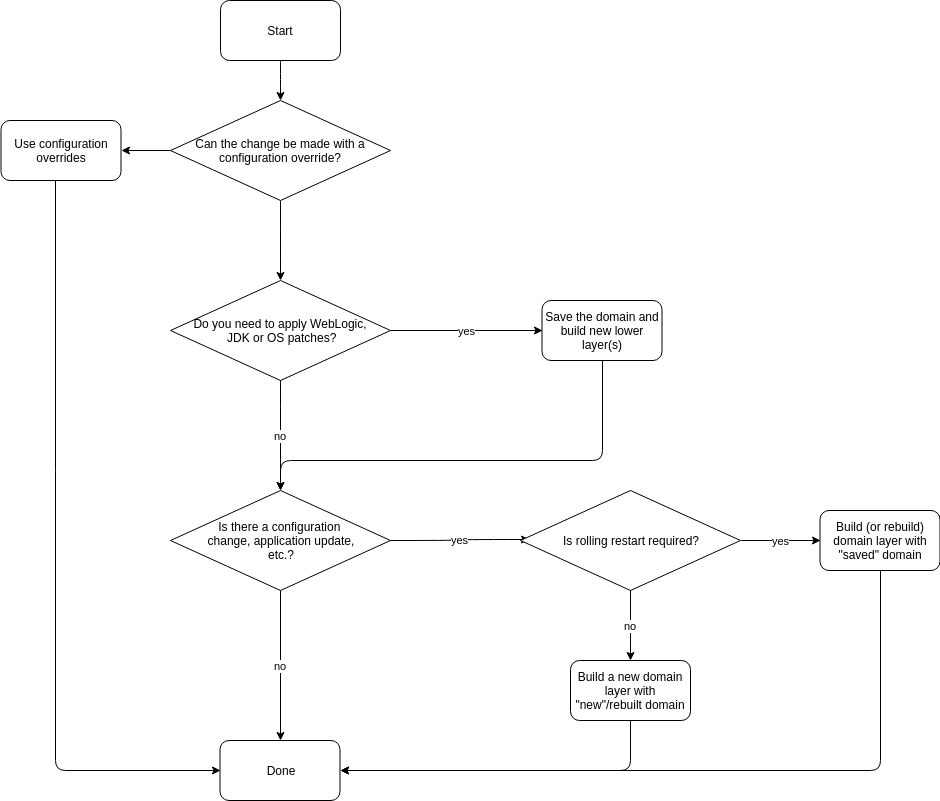
Before: docs-source/static/images/flowchart.png, a diagram exported from draw.io (oracle/weblogic-kubernetes-operator). Source tidied: cells renumbered, new cells last; positions are measured from the earlier drawing's top-left corner, leaving out a move shared by most shapes. Its diagram source:
```xml
<mxGraphModel>
  <root>
    <mxCell id="0" />
    <mxCell id="1" parent="0" />
    <mxCell id="2" style="edgeStyle=orthogonalEdgeStyle;curved=1;jettySize=auto;html=1;entryX=0.5;entryY=0;entryDx=0;entryDy=0;" parent="1" edge="1" source="3" target="6">
      <mxGeometry relative="1" as="geometry" />
    </mxCell>
    <mxCell id="3" value="Start" style="rounded=1;whiteSpace=wrap;html=1;" parent="1" vertex="1">
      <mxGeometry x="219" width="120" height="60" as="geometry" />
    </mxCell>
    <mxCell id="4" value="no" style="edgeStyle=orthogonalEdgeStyle;curved=1;jettySize=auto;html=1;entryX=0.5;entryY=0;entryDx=0;entryDy=0;" parent="1" edge="1" source="20" target="11">
      <mxGeometry relative="1" as="geometry" />
    </mxCell>
    <mxCell id="5" style="edgeStyle=orthogonalEdgeStyle;rounded=1;jettySize=auto;html=1;entryX=1;entryY=0.5;entryDx=0;entryDy=0;" parent="1" edge="1" source="6" target="8">
      <mxGeometry relative="1" as="geometry" />
    </mxCell>
    <mxCell id="6" value="Can the change be made with a configuration override?" style="rhombus;whiteSpace=wrap;html=1;" parent="1" vertex="1">
      <mxGeometry x="169" y="100" width="220" height="100" as="geometry" />
    </mxCell>
    <mxCell id="7" style="edgeStyle=orthogonalEdgeStyle;rounded=1;jettySize=auto;html=1;entryX=0;entryY=0.5;entryDx=0;entryDy=0;" parent="1" edge="1" source="8" target="24">
      <mxGeometry relative="1" as="geometry">
        <Array as="points">
          <mxPoint x="54" y="770" />
        </Array>
      </mxGeometry>
    </mxCell>
    <mxCell id="8" value="Use configuration overrides" style="rounded=1;whiteSpace=wrap;html=1;" parent="1" vertex="1">
      <mxGeometry x="-0.5" y="120" width="120" height="60" as="geometry" />
    </mxCell>
    <mxCell id="9" value="yes" style="edgeStyle=orthogonalEdgeStyle;curved=1;jettySize=auto;html=1;entryX=0.041;entryY=0.49;entryDx=0;entryDy=0;entryPerimeter=0;" parent="1" edge="1" source="11" target="16">
      <mxGeometry relative="1" as="geometry" />
    </mxCell>
    <mxCell id="10" value="no" style="edgeStyle=orthogonalEdgeStyle;rounded=1;jettySize=auto;html=1;entryX=0.5;entryY=0;entryDx=0;entryDy=0;" parent="1" edge="1" source="11" target="24">
      <mxGeometry relative="1" as="geometry" />
    </mxCell>
    <mxCell id="11" value="Is there a configuration &lt;br&gt;change, application update,&lt;br&gt;&amp;nbsp;etc.?&amp;nbsp;" style="rhombus;whiteSpace=wrap;html=1;" parent="1" vertex="1">
      <mxGeometry x="169" y="490" width="220" height="100" as="geometry" />
    </mxCell>
    <mxCell id="12" style="edgeStyle=orthogonalEdgeStyle;rounded=1;jettySize=auto;html=1;entryX=1;entryY=0.5;entryDx=0;entryDy=0;exitX=0.5;exitY=1;exitDx=0;exitDy=0;" parent="1" edge="1" source="13" target="24">
      <mxGeometry relative="1" as="geometry">
        <Array as="points">
          <mxPoint x="879" y="770" />
        </Array>
      </mxGeometry>
    </mxCell>
    <mxCell id="13" value="Build (or rebuild) domain layer with &quot;saved&quot; domain" style="rounded=1;whiteSpace=wrap;html=1;" parent="1" vertex="1">
      <mxGeometry x="818.5" y="510" width="120" height="60" as="geometry" />
    </mxCell>
    <mxCell id="14" value="yes" style="edgeStyle=orthogonalEdgeStyle;curved=1;jettySize=auto;html=1;entryX=0;entryY=0.5;entryDx=0;entryDy=0;" parent="1" edge="1" source="16" target="13">
      <mxGeometry relative="1" as="geometry" />
    </mxCell>
    <mxCell id="15" value="no" style="edgeStyle=orthogonalEdgeStyle;rounded=1;jettySize=auto;html=1;entryX=0.5;entryY=0;entryDx=0;entryDy=0;" parent="1" edge="1" source="16" target="18">
      <mxGeometry relative="1" as="geometry" />
    </mxCell>
    <mxCell id="16" value="Is rolling restart required?" style="rhombus;whiteSpace=wrap;html=1;" parent="1" vertex="1">
      <mxGeometry x="519" y="490" width="220" height="100" as="geometry" />
    </mxCell>
    <mxCell id="17" style="edgeStyle=orthogonalEdgeStyle;rounded=1;jettySize=auto;html=1;entryX=1;entryY=0.5;entryDx=0;entryDy=0;exitX=0.5;exitY=1;exitDx=0;exitDy=0;" parent="1" edge="1" source="18" target="24">
      <mxGeometry relative="1" as="geometry">
        <Array as="points">
          <mxPoint x="629" y="770" />
        </Array>
      </mxGeometry>
    </mxCell>
    <mxCell id="18" value="Build a new domain layer with &quot;new&quot;/rebuilt domain" style="rounded=1;whiteSpace=wrap;html=1;" parent="1" vertex="1">
      <mxGeometry x="569" y="660" width="120" height="60" as="geometry" />
    </mxCell>
    <mxCell id="19" value="yes" style="edgeStyle=orthogonalEdgeStyle;rounded=1;jettySize=auto;html=1;entryX=0;entryY=0.5;entryDx=0;entryDy=0;" parent="1" edge="1" source="20" target="23">
      <mxGeometry relative="1" as="geometry" />
    </mxCell>
    <mxCell id="20" value="Do you need to apply WebLogic,&lt;br&gt;&amp;nbsp;JDK or OS patches?" style="rhombus;whiteSpace=wrap;html=1;" parent="1" vertex="1">
      <mxGeometry x="169" y="280" width="220" height="100" as="geometry" />
    </mxCell>
    <mxCell id="21" style="edgeStyle=orthogonalEdgeStyle;curved=1;jettySize=auto;html=1;entryX=0.5;entryY=0;entryDx=0;entryDy=0;" parent="1" edge="1" source="6" target="20">
      <mxGeometry relative="1" as="geometry" />
    </mxCell>
    <mxCell id="22" style="edgeStyle=orthogonalEdgeStyle;rounded=1;jettySize=auto;html=1;entryX=0.5;entryY=0;entryDx=0;entryDy=0;" parent="1" edge="1" source="23" target="11">
      <mxGeometry relative="1" as="geometry">
        <Array as="points">
          <mxPoint x="601" y="460" />
          <mxPoint x="279" y="460" />
        </Array>
      </mxGeometry>
    </mxCell>
    <mxCell id="23" value="Save the domain and build new lower layer(s)" style="rounded=1;whiteSpace=wrap;html=1;" parent="1" vertex="1">
      <mxGeometry x="540.5" y="300" width="120" height="60" as="geometry" />
    </mxCell>
    <mxCell id="24" value="Done" style="rounded=1;whiteSpace=wrap;html=1;" parent="1" vertex="1">
      <mxGeometry x="218.5" y="740" width="120" height="60" as="geometry" />
    </mxCell>
  </root>
</mxGraphModel>
```
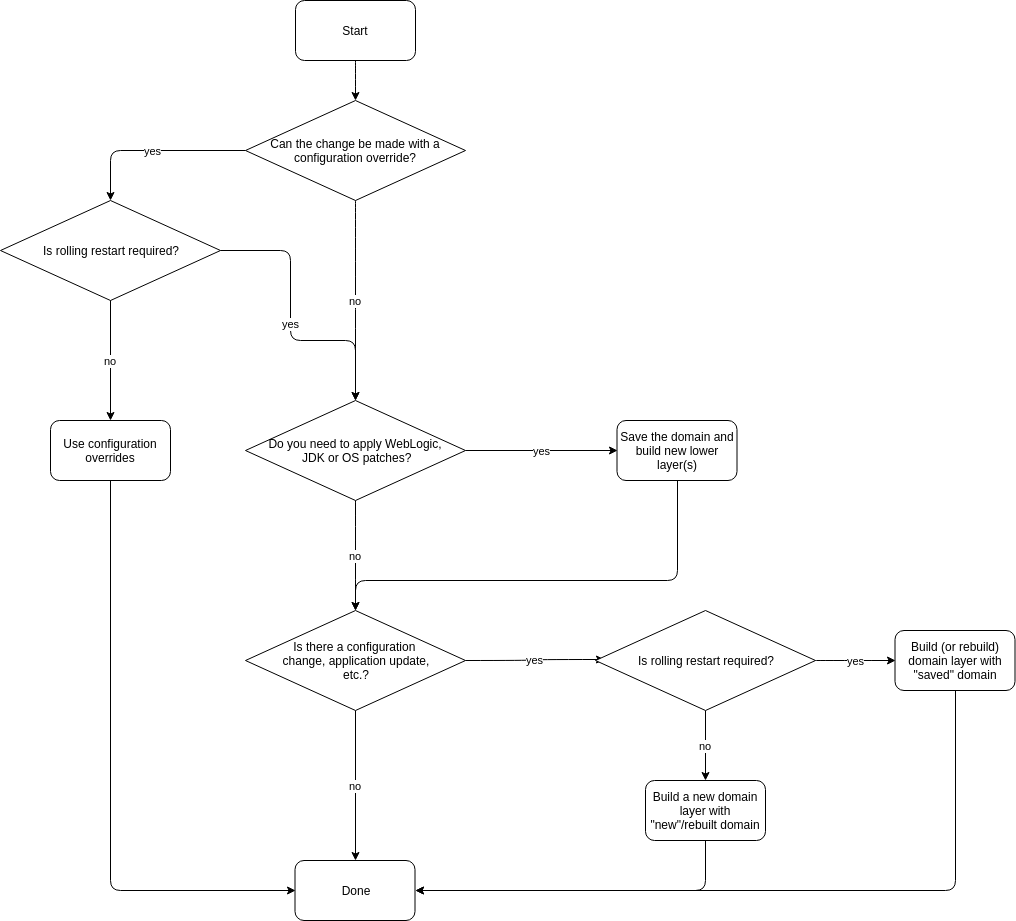
After the commit.

Change to the diagram source:
```diff
@@ -6,26 +6,26 @@
       <mxGeometry relative="1" as="geometry" />
     </mxCell>
     <mxCell id="3" value="Start" style="rounded=1;whiteSpace=wrap;html=1;" parent="1" vertex="1">
-      <mxGeometry x="219" width="120" height="60" as="geometry" />
+      <mxGeometry x="219" y="-120" width="120" height="60" as="geometry" />
     </mxCell>
     <mxCell id="4" value="no" style="edgeStyle=orthogonalEdgeStyle;curved=1;jettySize=auto;html=1;entryX=0.5;entryY=0;entryDx=0;entryDy=0;" parent="1" edge="1" source="20" target="11">
       <mxGeometry relative="1" as="geometry" />
     </mxCell>
-    <mxCell id="5" style="edgeStyle=orthogonalEdgeStyle;rounded=1;jettySize=auto;html=1;entryX=1;entryY=0.5;entryDx=0;entryDy=0;" parent="1" edge="1" source="6" target="8">
+    <mxCell id="5" value="yes" style="edgeStyle=orthogonalEdgeStyle;rounded=1;jettySize=auto;html=1;entryX=0.5;entryY=0;entryDx=0;entryDy=0;" parent="1" edge="1" source="6" target="25">
       <mxGeometry relative="1" as="geometry" />
     </mxCell>
     <mxCell id="6" value="Can the change be made with a configuration override?" style="rhombus;whiteSpace=wrap;html=1;" parent="1" vertex="1">
-      <mxGeometry x="169" y="100" width="220" height="100" as="geometry" />
+      <mxGeometry x="169" y="-20" width="220" height="100" as="geometry" />
     </mxCell>
-    <mxCell id="7" style="edgeStyle=orthogonalEdgeStyle;rounded=1;jettySize=auto;html=1;entryX=0;entryY=0.5;entryDx=0;entryDy=0;" parent="1" edge="1" source="8" target="24">
+    <mxCell id="7" style="edgeStyle=orthogonalEdgeStyle;rounded=1;jettySize=auto;html=1;entryX=0;entryY=0.5;entryDx=0;entryDy=0;exitX=0.5;exitY=1;exitDx=0;exitDy=0;" parent="1" edge="1" source="8" target="24">
       <mxGeometry relative="1" as="geometry">
         <Array as="points">
-          <mxPoint x="54" y="770" />
+          <mxPoint x="34" y="770" />
         </Array>
       </mxGeometry>
     </mxCell>
     <mxCell id="8" value="Use configuration overrides" style="rounded=1;whiteSpace=wrap;html=1;" parent="1" vertex="1">
-      <mxGeometry x="-0.5" y="120" width="120" height="60" as="geometry" />
+      <mxGeometry x="-26" y="300" width="120" height="60" as="geometry" />
     </mxCell>
     <mxCell id="9" value="yes" style="edgeStyle=orthogonalEdgeStyle;curved=1;jettySize=auto;html=1;entryX=0.041;entryY=0.49;entryDx=0;entryDy=0;entryPerimeter=0;" parent="1" edge="1" source="11" target="16">
       <mxGeometry relative="1" as="geometry" />
@@ -71,7 +71,7 @@
     <mxCell id="20" value="Do you need to apply WebLogic,&lt;br&gt;&amp;nbsp;JDK or OS patches?" style="rhombus;whiteSpace=wrap;html=1;" parent="1" vertex="1">
       <mxGeometry x="169" y="280" width="220" height="100" as="geometry" />
     </mxCell>
-    <mxCell id="21" style="edgeStyle=orthogonalEdgeStyle;curved=1;jettySize=auto;html=1;entryX=0.5;entryY=0;entryDx=0;entryDy=0;" parent="1" edge="1" source="6" target="20">
+    <mxCell id="21" value="no" style="edgeStyle=orthogonalEdgeStyle;curved=1;jettySize=auto;html=1;entryX=0.5;entryY=0;entryDx=0;entryDy=0;" parent="1" edge="1" source="6" target="20">
       <mxGeometry relative="1" as="geometry" />
     </mxCell>
     <mxCell id="22" style="edgeStyle=orthogonalEdgeStyle;rounded=1;jettySize=auto;html=1;entryX=0.5;entryY=0;entryDx=0;entryDy=0;" parent="1" edge="1" source="23" target="11">
@@ -88,5 +88,20 @@
     <mxCell id="24" value="Done" style="rounded=1;whiteSpace=wrap;html=1;" parent="1" vertex="1">
       <mxGeometry x="218.5" y="740" width="120" height="60" as="geometry" />
     </mxCell>
+    <mxCell id="25" value="Is rolling restart required?" style="rhombus;whiteSpace=wrap;html=1;" parent="1" vertex="1">
+      <mxGeometry x="-76" y="80" width="220" height="100" as="geometry" />
+    </mxCell>
+    <mxCell id="26" value="yes" style="edgeStyle=orthogonalEdgeStyle;rounded=1;jettySize=auto;html=1;entryX=0.5;entryY=0;entryDx=0;entryDy=0;exitX=1;exitY=0.5;exitDx=0;exitDy=0;" parent="1" edge="1" source="25" target="20">
+      <mxGeometry relative="1" as="geometry">
+        <Array as="points">
+          <mxPoint x="214" y="130" />
+          <mxPoint x="214" y="220" />
+          <mxPoint x="279" y="220" />
+        </Array>
+      </mxGeometry>
+    </mxCell>
+    <mxCell id="27" value="no" style="endArrow=classic;html=1;entryX=0.5;entryY=0;entryDx=0;entryDy=0;exitX=0.5;exitY=1;exitDx=0;exitDy=0;" parent="1" edge="1" source="25" target="8">
+      <mxGeometry relative="1" as="geometry" />
+    </mxCell>
   </root>
 </mxGraphModel>
```
